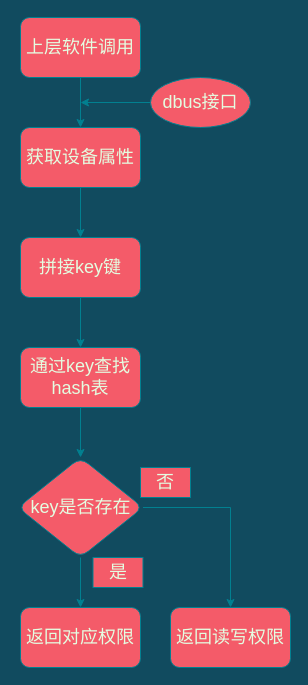
Earlier version of the draw.io diagram udisk2-control2-3.drawio (lishengyu/mk). Source tidied: cells renumbered, new cells numbered last; positions are measured from the earlier drawing's top-left corner, leaving out a move shared by most shapes. Both pictures are drawn from the tidied source at 100%, with x=0, y=0 at pixel (18, 17).
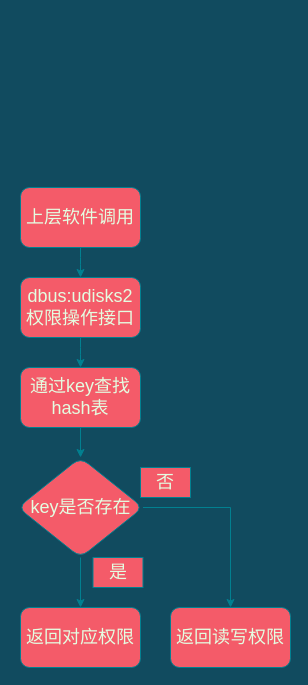
Above is the later version.

What changed in the source:
```diff
@@
 <mxGraphModel background="#114B5F">
   <root>
     <mxCell id="0" />
     <mxCell id="1" parent="0" />
-    <mxCell id="2" style="edgeStyle=orthogonalEdgeStyle;rounded=0;jettySize=auto;html=1;strokeColor=#028090;fontColor=#E4FDE1;labelBackgroundColor=#114B5F;" parent="1" edge="1" source="3" target="5">
+    <mxCell id="2" style="edgeStyle=orthogonalEdgeStyle;curved=0;rounded=1;sketch=0;jettySize=auto;html=1;fontColor=#E4FDE1;strokeColor=#028090;fillColor=#F45B69;" parent="1" edge="1" source="3" target="5">
       <mxGeometry relative="1" as="geometry" />
     </mxCell>
     <mxCell id="3" value="&lt;font style=&quot;font-size: 18px&quot;&gt;上层软件调用&lt;/font&gt;" style="rounded=1;whiteSpace=wrap;html=1;fillColor=#F45B69;strokeColor=#028090;fontColor=#E4FDE1;" parent="1" vertex="1">
-      <mxGeometry x="2" width="120" height="60" as="geometry" />
+      <mxGeometry x="2" y="170" width="120" height="60" as="geometry" />
     </mxCell>
-    <mxCell id="4" style="edgeStyle=orthogonalEdgeStyle;rounded=0;jettySize=auto;html=1;strokeColor=#028090;fontColor=#E4FDE1;labelBackgroundColor=#114B5F;" parent="1" edge="1" source="5" target="9">
-      <mxGeometry relative="1" as="geometry" />
-    </mxCell>
+    <mxCell id="19" style="edgeStyle=orthogonalEdgeStyle;curved=0;rounded=1;sketch=0;jettySize=auto;html=1;fontColor=#E4FDE1;strokeColor=#028090;fillColor=#F45B69;" parent="1" edge="1" source="5" target="11">
+      <mxGeometry relative="1" as="geometry" />
+    </mxCell>
-    <mxCell id="5" value="&lt;font style=&quot;font-size: 18px&quot;&gt;获取设备属性&lt;/font&gt;" style="whiteSpace=wrap;html=1;rounded=1;fillColor=#F45B69;strokeColor=#028090;fontColor=#E4FDE1;" parent="1" vertex="1">
-      <mxGeometry x="2" y="110" width="120" height="60" as="geometry" />
+    <mxCell id="5" value="&lt;span style=&quot;font-size: 18px&quot;&gt;dbus:udisks2权限操作接口&lt;/span&gt;" style="whiteSpace=wrap;html=1;rounded=1;fillColor=#F45B69;strokeColor=#028090;fontColor=#E4FDE1;" parent="1" vertex="1">
+      <mxGeometry x="2" y="260" width="120" height="60" as="geometry" />
     </mxCell>
-    <mxCell id="6" style="edgeStyle=orthogonalEdgeStyle;curved=0;rounded=1;sketch=0;jettySize=auto;html=1;fontColor=#E4FDE1;strokeColor=#028090;fillColor=#F45B69;labelBackgroundColor=#114B5F;" parent="1" edge="1" source="7">
-      <mxGeometry relative="1" as="geometry">
-        <mxPoint x="62" y="85" as="targetPoint" />
-      </mxGeometry>
-    </mxCell>
-    <mxCell id="7" value="&lt;font style=&quot;font-size: 18px&quot;&gt;dbus接口&lt;/font&gt;" style="ellipse;whiteSpace=wrap;html=1;fillColor=#F45B69;strokeColor=#028090;fontColor=#E4FDE1;" parent="1" vertex="1">
-      <mxGeometry x="132" y="60" width="100" height="50" as="geometry" />
-    </mxCell>
-    <mxCell id="8" style="edgeStyle=orthogonalEdgeStyle;rounded=0;jettySize=auto;html=1;strokeColor=#028090;fontColor=#E4FDE1;labelBackgroundColor=#114B5F;" parent="1" edge="1" source="9" target="11">
-      <mxGeometry relative="1" as="geometry" />
-    </mxCell>
-    <mxCell id="9" value="&lt;font style=&quot;font-size: 18px&quot;&gt;拼接key键&lt;/font&gt;" style="whiteSpace=wrap;html=1;rounded=1;fillColor=#F45B69;strokeColor=#028090;fontColor=#E4FDE1;" parent="1" vertex="1">
-      <mxGeometry x="2" y="220" width="120" height="60" as="geometry" />
-    </mxCell>
     <mxCell id="10" style="edgeStyle=orthogonalEdgeStyle;rounded=0;jettySize=auto;html=1;strokeColor=#028090;fontColor=#E4FDE1;labelBackgroundColor=#114B5F;" parent="1" edge="1" source="11" target="14">
       <mxGeometry relative="1" as="geometry" />
     </mxCell>
     <mxCell id="11" value="&lt;span style=&quot;font-size: 18px&quot;&gt;通过key查找hash表&lt;/span&gt;" style="whiteSpace=wrap;html=1;rounded=1;fillColor=#F45B69;strokeColor=#028090;fontColor=#E4FDE1;" parent="1" vertex="1">
-      <mxGeometry x="2" y="330" width="120" height="60" as="geometry" />
+      <mxGeometry x="2" y="350" width="120" height="60" as="geometry" />
     </mxCell>
     <mxCell id="12" style="edgeStyle=orthogonalEdgeStyle;rounded=0;jettySize=auto;html=1;strokeColor=#028090;fontColor=#E4FDE1;labelBackgroundColor=#114B5F;" parent="1" edge="1" source="14" target="15">
       <mxGeometry relative="1" as="geometry" />
     </mxCell>
     <mxCell id="13" style="edgeStyle=orthogonalEdgeStyle;rounded=0;jettySize=auto;html=1;strokeColor=#028090;fontColor=#E4FDE1;labelBackgroundColor=#114B5F;" parent="1" edge="1" source="14" target="16">
       <mxGeometry relative="1" as="geometry" />
     </mxCell>
     <mxCell id="14" value="&lt;font style=&quot;font-size: 18px&quot;&gt;key是否存在&lt;/font&gt;" style="rhombus;whiteSpace=wrap;html=1;rounded=1;fillColor=#F45B69;strokeColor=#028090;fontColor=#E4FDE1;" parent="1" vertex="1">
       <mxGeometry x="-0.5" y="440" width="125" height="100" as="geometry" />
     </mxCell>
     <mxCell id="15" value="&lt;font style=&quot;font-size: 18px&quot;&gt;返回对应权限&lt;/font&gt;" style="whiteSpace=wrap;html=1;rounded=1;fillColor=#F45B69;strokeColor=#028090;fontColor=#E4FDE1;" parent="1" vertex="1">
       <mxGeometry x="2" y="590" width="120" height="60" as="geometry" />
     </mxCell>
     <mxCell id="16" value="&lt;font style=&quot;font-size: 18px&quot;&gt;返回读写权限&lt;/font&gt;" style="whiteSpace=wrap;html=1;rounded=1;fillColor=#F45B69;strokeColor=#028090;fontColor=#E4FDE1;" parent="1" vertex="1">
       <mxGeometry x="152" y="590" width="120" height="60" as="geometry" />
     </mxCell>
     <mxCell id="17" value="&lt;font style=&quot;font-size: 18px&quot;&gt;是&lt;/font&gt;" style="rounded=0;whiteSpace=wrap;html=1;sketch=0;fontColor=#E4FDE1;strokeColor=#028090;fillColor=#F45B69;" parent="1" vertex="1">
       <mxGeometry x="74.5" y="540" width="50" height="30" as="geometry" />
     </mxCell>
     <mxCell id="18" value="&lt;span style=&quot;font-size: 18px&quot;&gt;否&lt;/span&gt;" style="rounded=0;whiteSpace=wrap;html=1;sketch=0;fontColor=#E4FDE1;strokeColor=#028090;fillColor=#F45B69;" parent="1" vertex="1">
       <mxGeometry x="122" y="450" width="50" height="30" as="geometry" />
     </mxCell>
   </root>
 </mxGraphModel>
```
